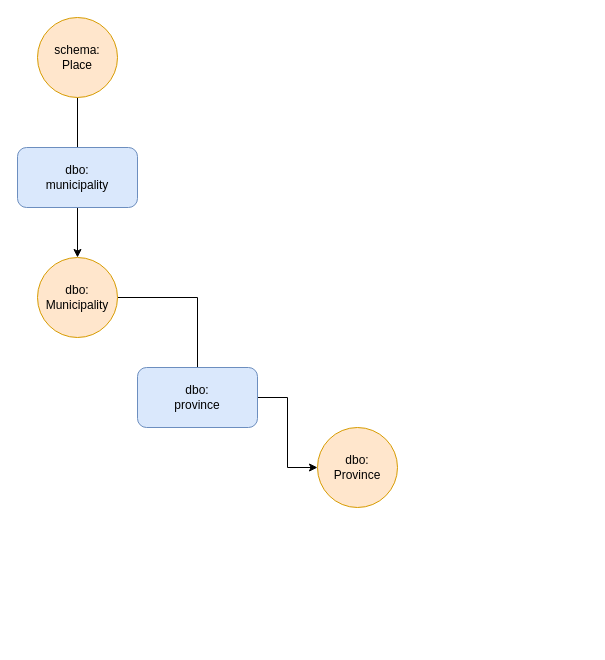
The draw.io diagram assets/schema/proposal/burgerLinker-schema-proposal.drawio in CLARIAH/burgerLinker, before the edit. Source tidied: cells renumbered, new cells numbered last; positions are measured from the earlier drawing's top-left corner, leaving out a move shared by most shapes. Both pictures are drawn from the tidied source at 100%, with x=0, y=0 at pixel (17, 17).
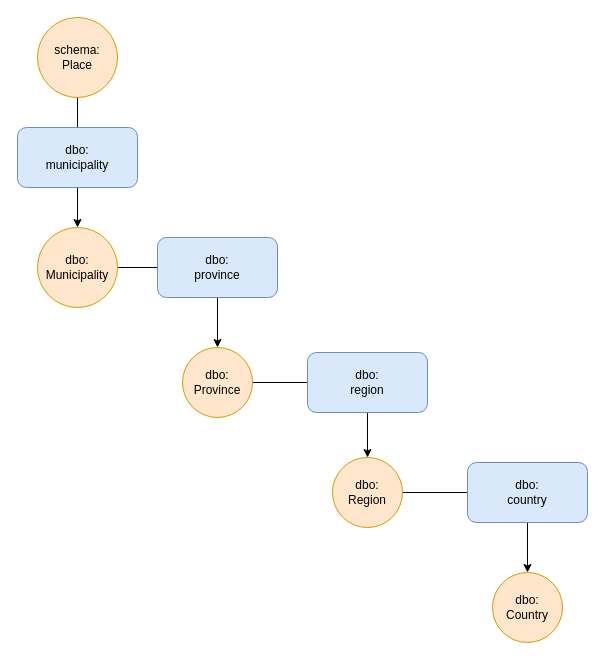
The same page after the edit.

Commit message:
Places part in burgerLinker-schema-proposal.drawio

What changed in the source:
```diff
@@
     <mxCell id="5" value="dbo:&lt;br&gt;municipality" style="rounded=1;whiteSpace=wrap;html=1;fillColor=#dae8fc;strokeColor=#6c8ebf;" parent="1" vertex="1">
-      <mxGeometry y="130" width="120" height="60" as="geometry" />
+      <mxGeometry y="110" width="120" height="60" as="geometry" />
     </mxCell>
     <mxCell id="6" style="edgeStyle=orthogonalEdgeStyle;rounded=0;jettySize=auto;html=1;endArrow=none;endFill=0;" parent="1" edge="1" source="7" target="9">
-      <mxGeometry relative="1" as="geometry" />
+      <mxGeometry relative="1" as="geometry">
+        <Array as="points">
+          <mxPoint x="180" y="250" />
+        </Array>
+      </mxGeometry>
     </mxCell>
     <mxCell id="7" value="dbo:&lt;br&gt;Municipality" style="ellipse;whiteSpace=wrap;html=1;fillColor=#ffe6cc;strokeColor=#d79b00;" parent="1" vertex="1">
-      <mxGeometry x="20" y="240" width="80" height="80" as="geometry" />
+      <mxGeometry x="20" y="210" width="80" height="80" as="geometry" />
     </mxCell>
-    <mxCell id="8" style="edgeStyle=orthogonalEdgeStyle;rounded=0;jettySize=auto;html=1;endArrow=classic;endFill=1;" parent="1" edge="1" source="9" target="10">
+    <mxCell id="8" style="edgeStyle=orthogonalEdgeStyle;jettySize=auto;html=1;exitX=0.5;exitY=1;exitDx=0;exitDy=0;endArrow=classic;endFill=1;rounded=0;" parent="1" edge="1" source="9" target="10">
       <mxGeometry relative="1" as="geometry" />
     </mxCell>
     <mxCell id="9" value="dbo:&lt;br&gt;province" style="rounded=1;whiteSpace=wrap;html=1;fillColor=#dae8fc;strokeColor=#6c8ebf;" parent="1" vertex="1">
-      <mxGeometry x="120" y="350" width="120" height="60" as="geometry" />
+      <mxGeometry x="140" y="220" width="120" height="60" as="geometry" />
     </mxCell>
+    <mxCell id="11" style="edgeStyle=orthogonalEdgeStyle;rounded=0;jettySize=auto;html=1;exitX=1;exitY=0.5;exitDx=0;exitDy=0;endArrow=none;endFill=0;" parent="1" edge="1" source="10" target="13">
+      <mxGeometry relative="1" as="geometry" />
+    </mxCell>
     <mxCell id="10" value="dbo:&lt;br&gt;Province" style="ellipse;whiteSpace=wrap;html=1;fillColor=#ffe6cc;strokeColor=#d79b00;" parent="1" vertex="1">
-      <mxGeometry x="300" y="410" width="80" height="80" as="geometry" />
+      <mxGeometry x="165" y="330" width="70" height="70" as="geometry" />
     </mxCell>
+    <mxCell id="12" style="edgeStyle=orthogonalEdgeStyle;rounded=0;jettySize=auto;html=1;exitX=0.5;exitY=1;exitDx=0;exitDy=0;endArrow=classic;endFill=1;" parent="1" edge="1" source="13" target="15">
+      <mxGeometry relative="1" as="geometry" />
+    </mxCell>
+    <mxCell id="13" value="dbo:&lt;br&gt;region" style="rounded=1;whiteSpace=wrap;html=1;fillColor=#dae8fc;strokeColor=#6c8ebf;" parent="1" vertex="1">
+      <mxGeometry x="290" y="335" width="120" height="60" as="geometry" />
+    </mxCell>
+    <mxCell id="14" style="edgeStyle=orthogonalEdgeStyle;rounded=0;jettySize=auto;html=1;exitX=1;exitY=0.5;exitDx=0;exitDy=0;endArrow=none;endFill=0;" parent="1" edge="1" source="15" target="17">
+      <mxGeometry relative="1" as="geometry" />
+    </mxCell>
+    <mxCell id="15" value="dbo:&lt;br&gt;Region" style="ellipse;whiteSpace=wrap;html=1;fillColor=#ffe6cc;strokeColor=#d79b00;" parent="1" vertex="1">
+      <mxGeometry x="315" y="440" width="70" height="70" as="geometry" />
+    </mxCell>
+    <mxCell id="16" style="edgeStyle=orthogonalEdgeStyle;rounded=0;jettySize=auto;html=1;exitX=0.5;exitY=1;exitDx=0;exitDy=0;endArrow=classic;endFill=1;" parent="1" edge="1" source="17" target="18">
+      <mxGeometry relative="1" as="geometry" />
+    </mxCell>
+    <mxCell id="17" value="dbo:&lt;br&gt;country" style="rounded=1;whiteSpace=wrap;html=1;fillColor=#dae8fc;strokeColor=#6c8ebf;" parent="1" vertex="1">
+      <mxGeometry x="450" y="445" width="120" height="60" as="geometry" />
+    </mxCell>
+    <mxCell id="18" value="dbo:&lt;br&gt;Country" style="ellipse;whiteSpace=wrap;html=1;fillColor=#ffe6cc;strokeColor=#d79b00;" parent="1" vertex="1">
+      <mxGeometry x="475" y="555" width="70" height="70" as="geometry" />
+    </mxCell>
```
